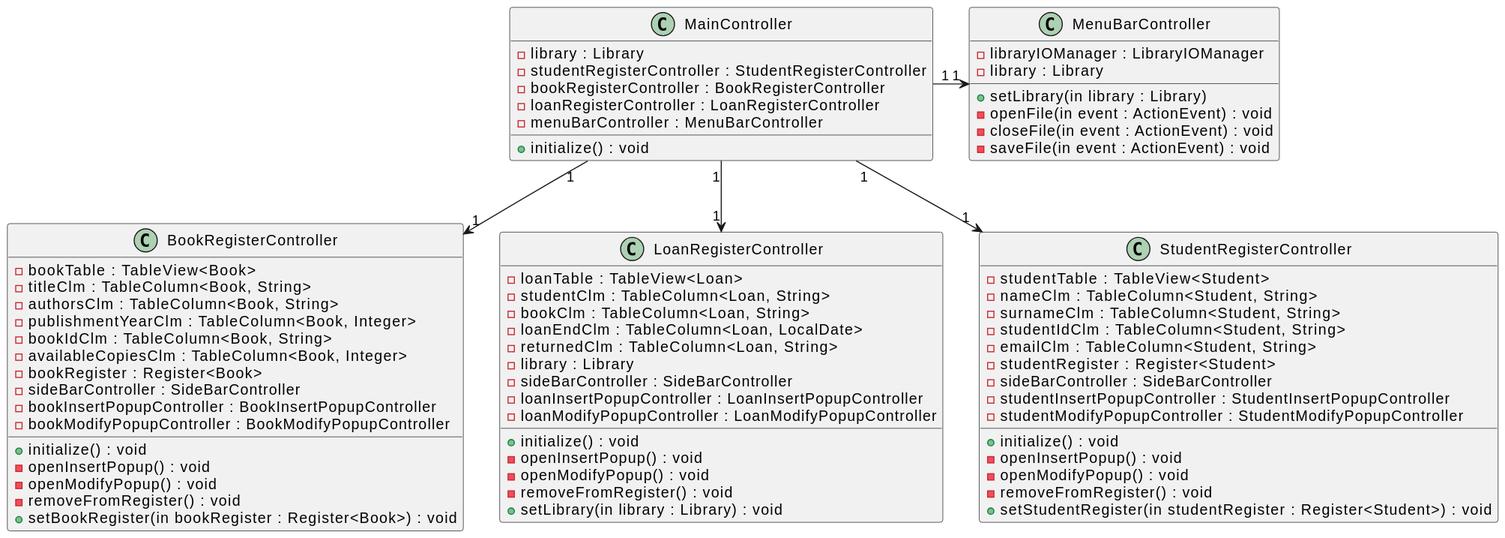
cwke/LibraryManager keeps this PlantUML diagram as docs/Class Diagrams/Main Controller Perspective/MainControllerPerspective.svg. Above is the earlier version.
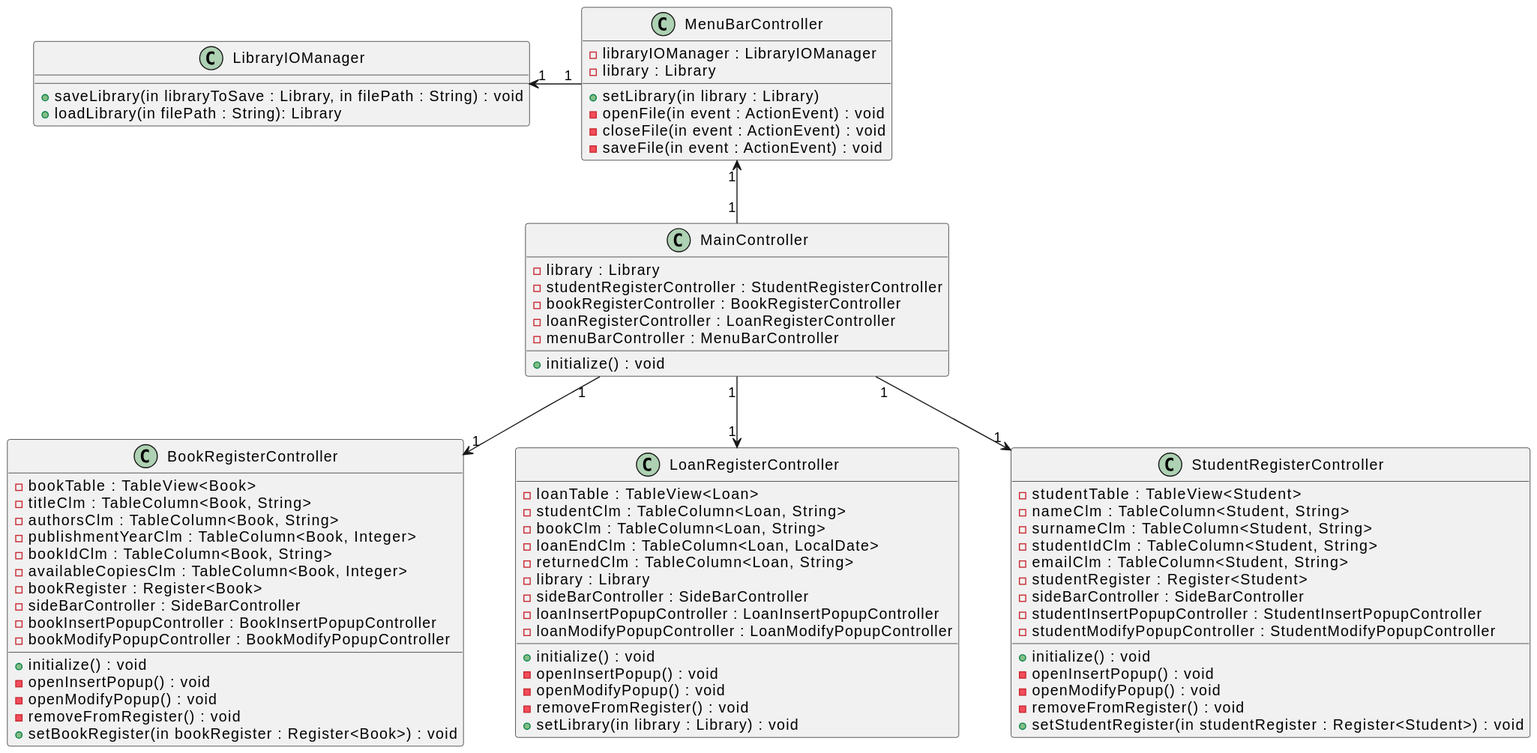
Above is the later version.

Diff of the diagram source:
```diff
@@ -1,13 +1,5 @@
 @startuml
-class MenuBarController{
--libraryIOManager : LibraryIOManager
--library : Library
-
-+setLibrary(in library : Library)
--openFile(in event : ActionEvent) : void
--closeFile(in event : ActionEvent) : void
--saveFile(in event : ActionEvent) : void
-}
+skinparam nodesep 50
 class MainController{
 +initialize() : void
 -library : Library
@@ -28,7 +20,7 @@
 -sideBarController : SideBarController
 -bookInsertPopupController : BookInsertPopupController
 -bookModifyPopupController : BookModifyPopupController
--openInsertPopup() : void
+  -openInsertPopup() : void
 -openModifyPopup() : void
 -removeFromRegister() : void
 +setBookRegister(in bookRegister : Register<Book>) : void
@@ -68,10 +60,23 @@
 -removeFromRegister() : void
 +setStudentRegister(in studentRegister : Register<Student>) : void
 }
+class MenuBarController{
+-libraryIOManager : LibraryIOManager
+-library : Library
 
++setLibrary(in library : Library)
+-openFile(in event : ActionEvent) : void
+-closeFile(in event : ActionEvent) : void
+-saveFile(in event : ActionEvent) : void
+}
+class LibraryIOManager{
++saveLibrary(in libraryToSave : Library, in filePath : String) : void
++loadLibrary(in filePath : String): Library
+}
 
-MainController "1" -r-> "1" MenuBarController
+MainController "1" -u-> "1" MenuBarController
 MainController "1" -d-> "1" LoanRegisterController
 MainController "1" -d-> "1" BookRegisterController
 MainController "1" -d-> "1" StudentRegisterController
+MenuBarController "1" -l-> "1" LibraryIOManager
 @enduml
```
